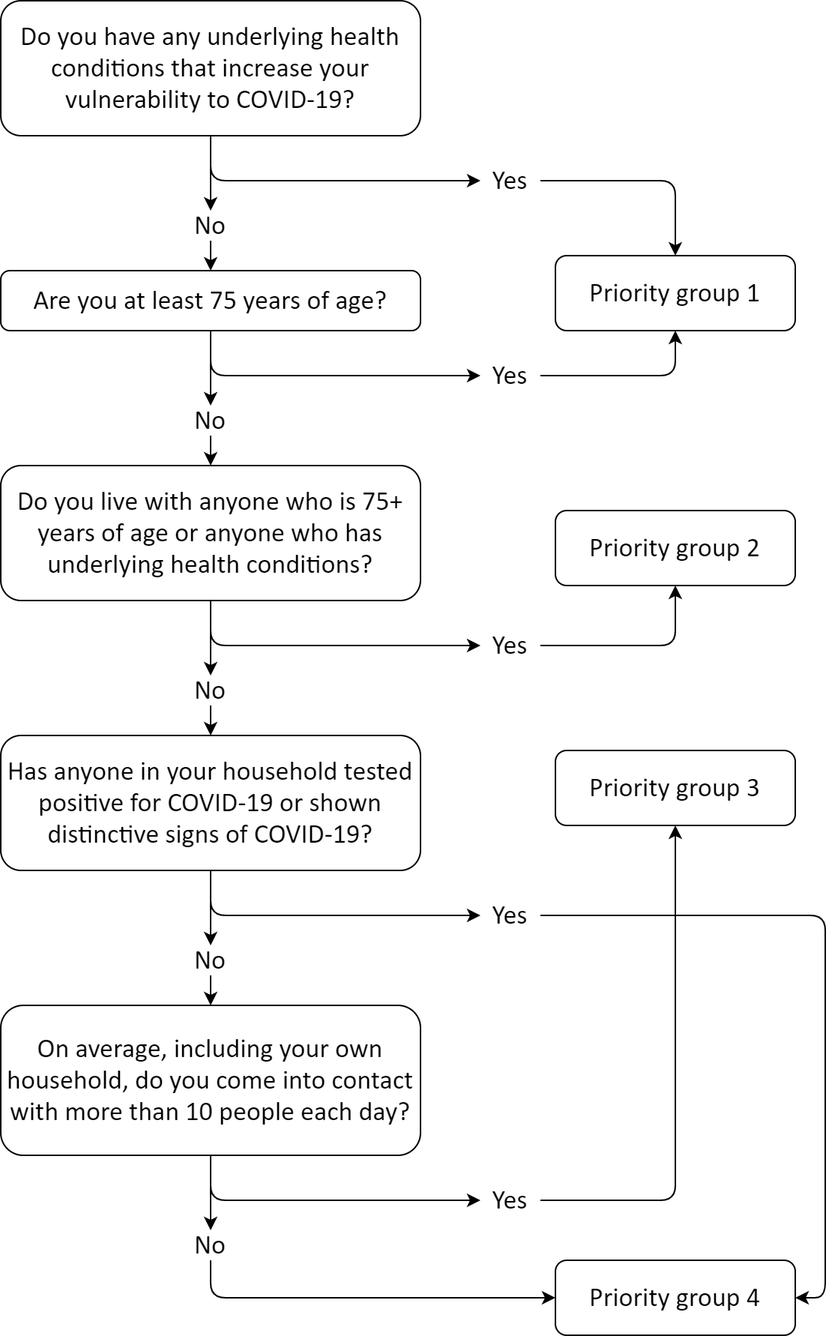
Earlier version of the draw.io export images/prioritytree.png (johannes-lee/SIRD-vaccination). Source tidied: cells renumbered, new cells last; positions are measured from the earlier drawing's top-left corner, leaving out a move shared by most shapes.
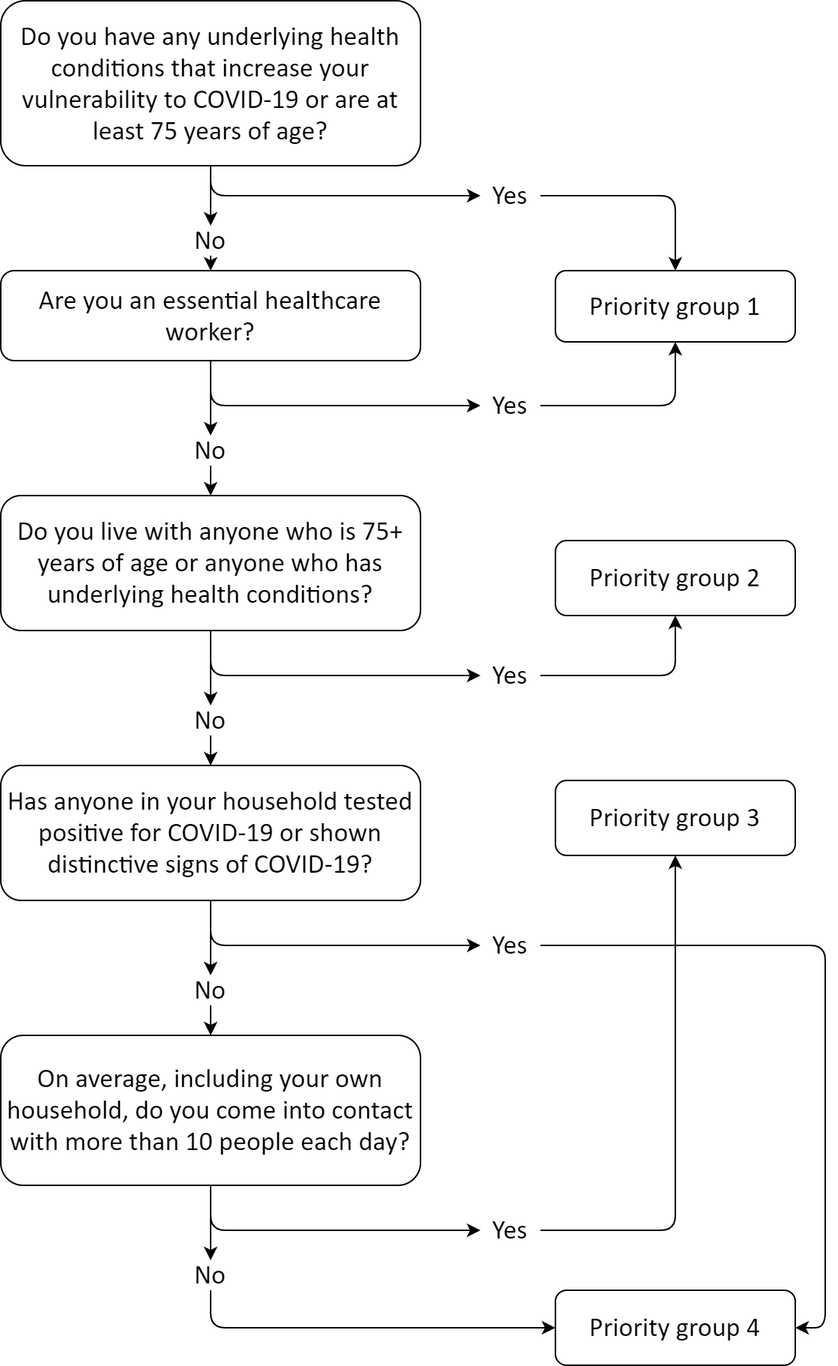
After the commit.

What changed in the source:
```diff
@@ -2,33 +2,33 @@
   <root>
     <mxCell id="0" />
     <mxCell id="1" parent="0" />
-    <mxCell id="2" value="&lt;font style=&quot;font-size: 18px&quot;&gt;Do you have any underlying health conditions that increase your vulnerability to COVID-19?&lt;/font&gt;" style="rounded=1;whiteSpace=wrap;html=1;fontFamily=Calibri;FType=g;" parent="1" vertex="1">
-      <mxGeometry width="280" height="90" as="geometry" />
+    <mxCell id="2" value="&lt;font style=&quot;font-size: 18px&quot;&gt;Do you have any underlying health conditions that increase your vulnerability to COVID-19 or are at least 75 years of age?&lt;/font&gt;" style="rounded=1;whiteSpace=wrap;html=1;fontFamily=Calibri;FType=g;" parent="1" vertex="1">
+      <mxGeometry y="-20" width="280" height="110" as="geometry" />
     </mxCell>
     <mxCell id="3" style="edgeStyle=elbowEdgeStyle;elbow=vertical;endArrow=classic;html=1;exitX=1;exitY=0.5;exitDx=0;exitDy=0;entryX=0.5;entryY=0;entryDx=0;entryDy=0;" parent="1" edge="1" source="5" target="4">
       <mxGeometry relative="1" as="geometry">
         <Array as="points">
-          <mxPoint x="400" y="120" />
+          <mxPoint x="410" y="110" />
         </Array>
       </mxGeometry>
     </mxCell>
     <mxCell id="4" value="&lt;font style=&quot;font-size: 18px&quot;&gt;Priority group 1&lt;/font&gt;" style="rounded=1;whiteSpace=wrap;html=1;fontFamily=Calibri;FType=g;" parent="1" vertex="1">
-      <mxGeometry x="370" y="170" width="160" height="50" as="geometry" />
+      <mxGeometry x="370" y="160" width="160" height="47.5" as="geometry" />
     </mxCell>
     <mxCell id="5" value="&lt;font face=&quot;Calibri&quot; style=&quot;font-size: 18px&quot;&gt;Yes&lt;/font&gt;" style="text;html=1;strokeColor=none;fillColor=none;align=center;verticalAlign=middle;whiteSpace=wrap;rounded=0;" parent="1" vertex="1">
-      <mxGeometry x="320" y="110" width="40" height="20" as="geometry" />
+      <mxGeometry x="320" y="100" width="40" height="20" as="geometry" />
     </mxCell>
     <mxCell id="6" style="edgeStyle=orthogonalEdgeStyle;rounded=0;jettySize=auto;html=1;exitX=0.5;exitY=1;exitDx=0;exitDy=0;entryX=0.5;entryY=0;entryDx=0;entryDy=0;" parent="1" edge="1" source="7" target="9">
       <mxGeometry relative="1" as="geometry" />
     </mxCell>
     <mxCell id="7" value="&lt;font face=&quot;Calibri&quot; style=&quot;font-size: 18px&quot;&gt;No&lt;/font&gt;" style="text;html=1;strokeColor=none;fillColor=none;align=center;verticalAlign=middle;whiteSpace=wrap;rounded=0;" parent="1" vertex="1">
-      <mxGeometry x="120" y="140" width="40" height="20" as="geometry" />
+      <mxGeometry x="120" y="130" width="40" height="20" as="geometry" />
     </mxCell>
     <mxCell id="8" style="edgeStyle=elbowEdgeStyle;elbow=vertical;endArrow=classic;html=1;exitX=0.5;exitY=1;exitDx=0;exitDy=0;" parent="1" edge="1" source="2" target="7">
       <mxGeometry relative="1" as="geometry" />
     </mxCell>
-    <mxCell id="9" value="&lt;font style=&quot;font-size: 18px&quot;&gt;Are you at least 75 years of age?&lt;/font&gt;" style="rounded=1;whiteSpace=wrap;html=1;fontFamily=Calibri;FType=g;" parent="1" vertex="1">
-      <mxGeometry y="180" width="280" height="40" as="geometry" />
+    <mxCell id="9" value="&lt;font style=&quot;font-size: 18px&quot;&gt;Are you an essential healthcare worker?&lt;/font&gt;" style="rounded=1;whiteSpace=wrap;html=1;fontFamily=Calibri;FType=g;" parent="1" vertex="1">
+      <mxGeometry y="160" width="280" height="60" as="geometry" />
     </mxCell>
     <mxCell id="10" value="&lt;font face=&quot;Calibri&quot; style=&quot;font-size: 18px&quot;&gt;Yes&lt;/font&gt;" style="text;html=1;strokeColor=none;fillColor=none;align=center;verticalAlign=middle;whiteSpace=wrap;rounded=0;" parent="1" vertex="1">
       <mxGeometry x="320" y="240" width="40" height="20" as="geometry" />
@@ -173,7 +173,7 @@
       <mxGeometry relative="1" as="geometry">
         <mxPoint x="140" y="90" as="sourcePoint" />
         <Array as="points">
-          <mxPoint x="140" y="120" />
+          <mxPoint x="140" y="110" />
         </Array>
       </mxGeometry>
     </mxCell>
```
